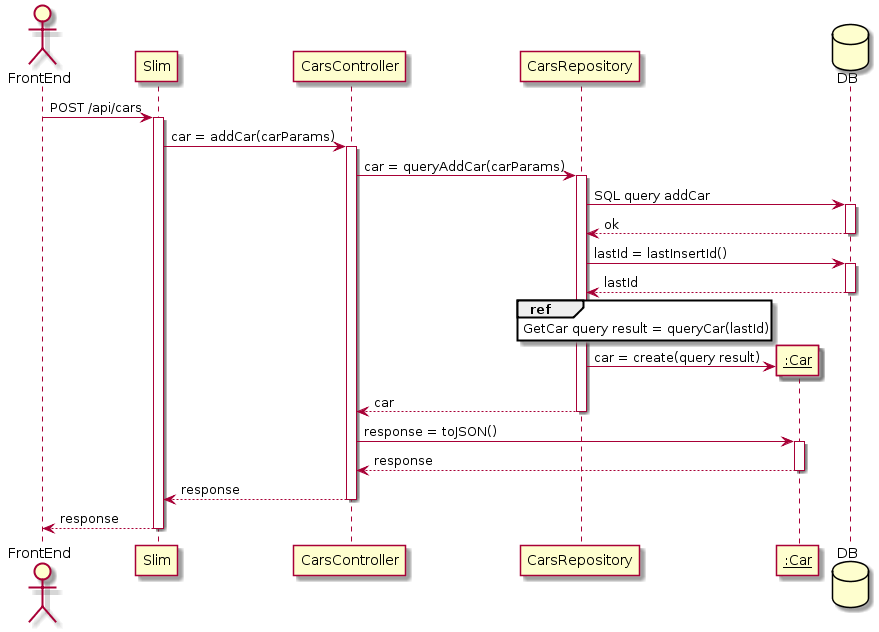
Before: docs/BackEnd/SequenceDiagram/AddCar.png, a diagram exported from PlantUML (malvinkooo/taxiSystem).
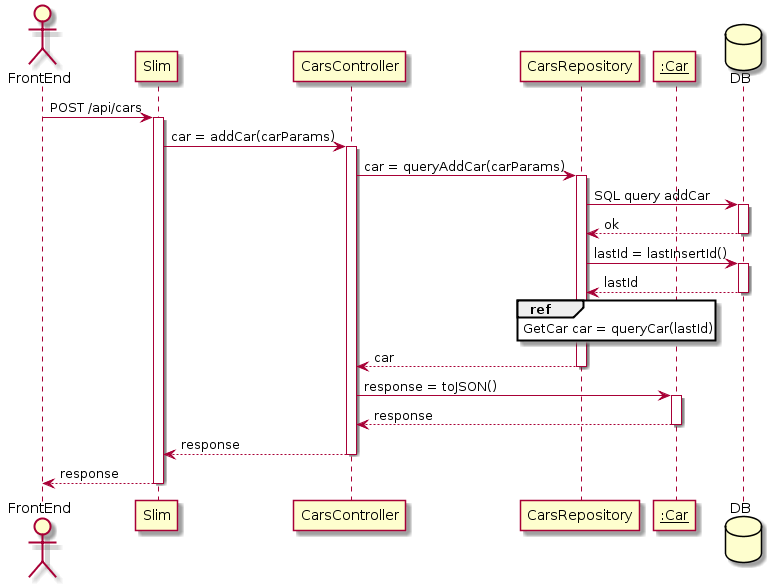
After the commit.

The edit, as a diff of the source:
```diff
@@ -22,11 +22,9 @@
 deactivate DB
 
 ref over CarsRepository
-GetCar query result = queryCar(lastId)
+GetCar car = queryCar(lastId)
 end ref
 
-create Car
-CarsRepository -> Car : car = create(query result)
 CarsRepository --> CarsController : car
 deactivate CarsRepository
 CarsController -> Car : response = toJSON()
```
